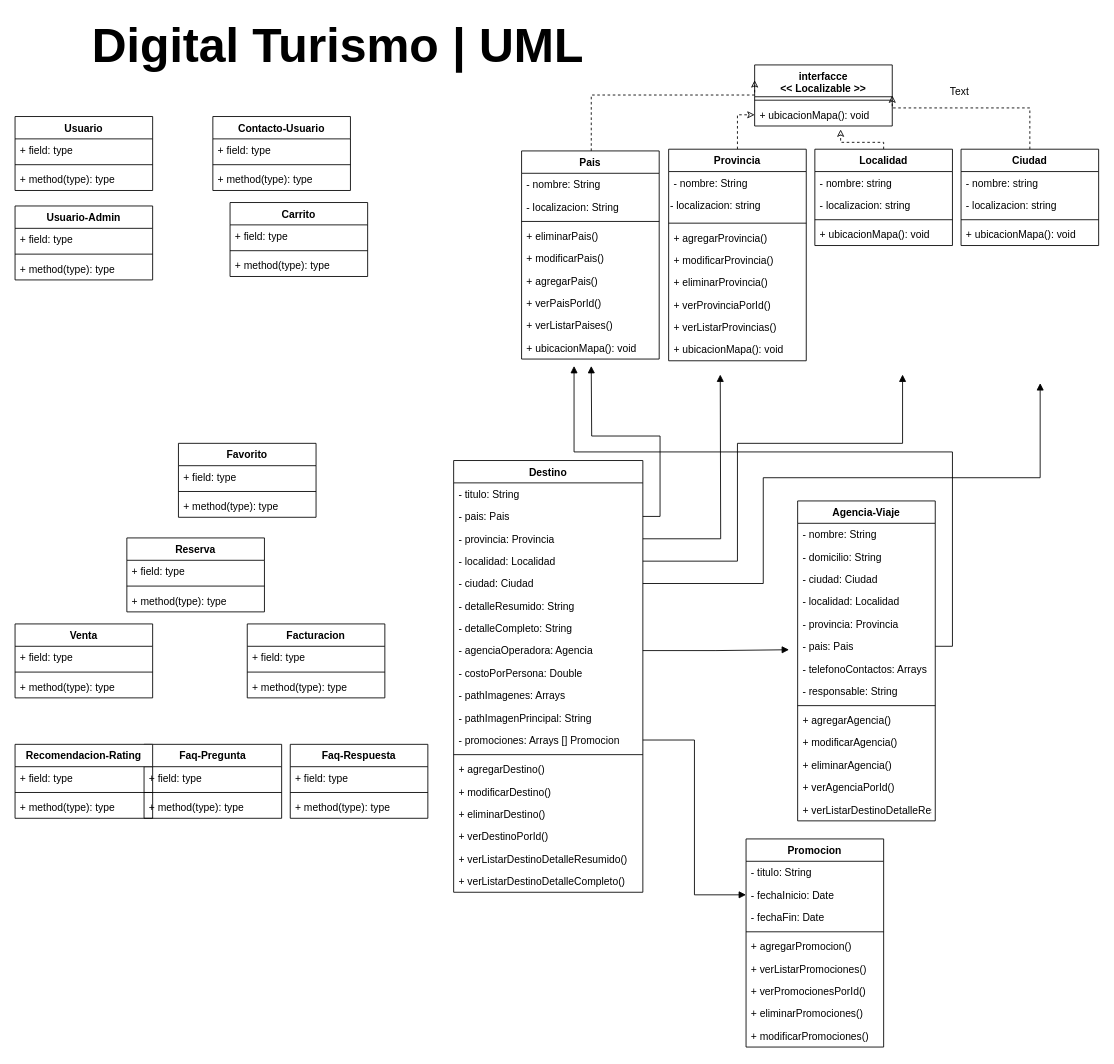
Earlier version of the draw.io diagram DigitalTurismo-UML-pabloSP.drawio (pablopetito/digitalturismo). Source tidied: cells renumbered, new cells numbered last; positions are measured from the earlier drawing's top-left corner, leaving out a move shared by most shapes. Both pictures are drawn from the tidied source at 86%, with x=0, y=0 at pixel (15, 15).
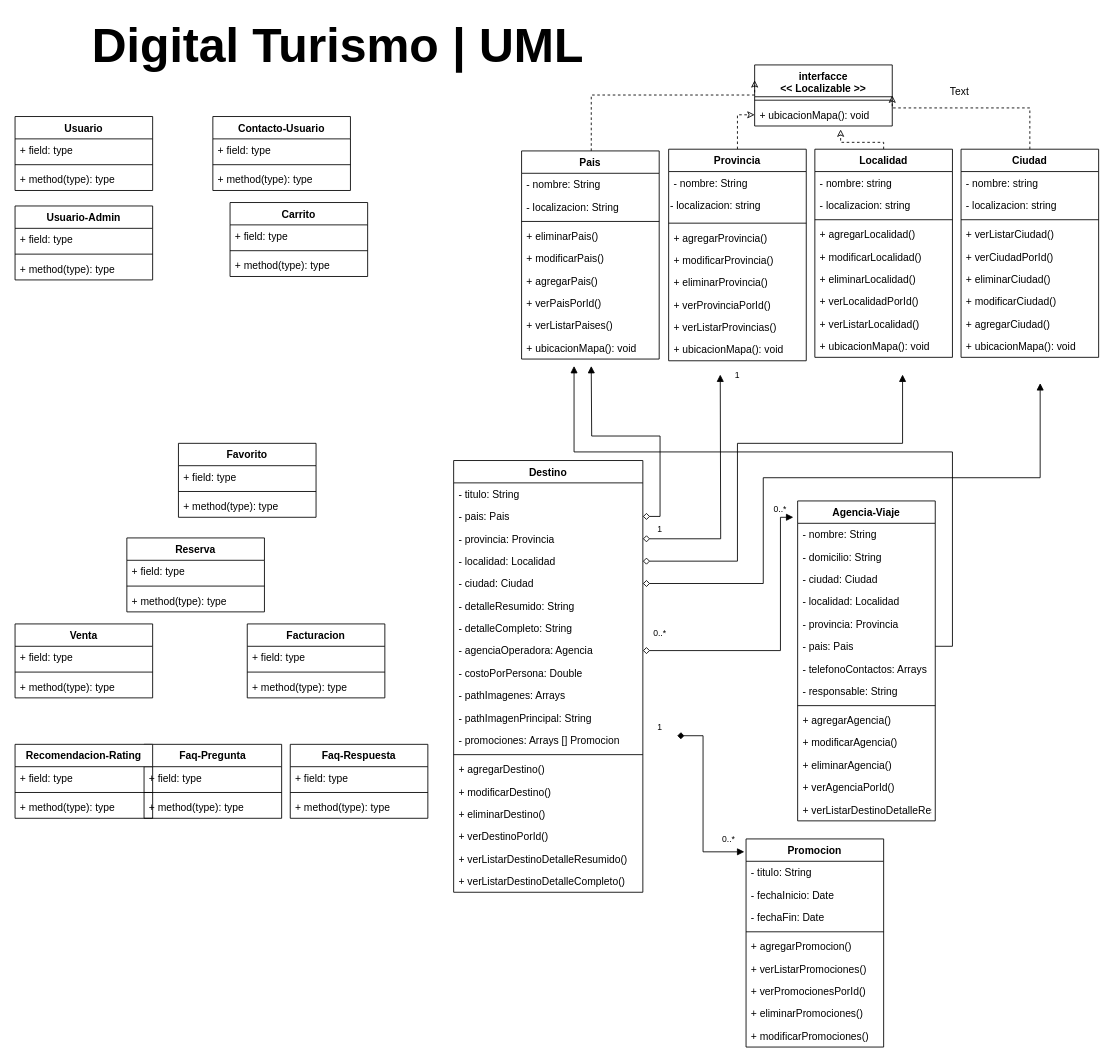
The same diagram, later.

The change refers to these unchanged cells:
```xml
<mxCell id="8" value="- pais: Pais" style="text;strokeColor=none;fillColor=none;align=left;verticalAlign=top;spacingLeft=4;spacingRight=4;overflow=hidden;points=[[0,0.5],[1,0.5]];portConstraint=eastwest;" parent="6" vertex="1">
  <mxGeometry y="52" width="220" height="26" as="geometry" />
</mxCell>
<mxCell id="9" value="- provincia: Provincia" style="text;strokeColor=none;fillColor=none;align=left;verticalAlign=top;spacingLeft=4;spacingRight=4;overflow=hidden;points=[[0,0.5],[1,0.5]];portConstraint=eastwest;" parent="6" vertex="1">
  <mxGeometry y="78" width="220" height="26" as="geometry" />
</mxCell>
<mxCell id="10" value="- localidad: Localidad" style="text;strokeColor=none;fillColor=none;align=left;verticalAlign=top;spacingLeft=4;spacingRight=4;overflow=hidden;points=[[0,0.5],[1,0.5]];portConstraint=eastwest;" parent="6" vertex="1">
  <mxGeometry y="104" width="220" height="26" as="geometry" />
</mxCell>
<mxCell id="11" value="- ciudad: Ciudad" style="text;strokeColor=none;fillColor=none;align=left;verticalAlign=top;spacingLeft=4;spacingRight=4;overflow=hidden;points=[[0,0.5],[1,0.5]];portConstraint=eastwest;" parent="6" vertex="1">
  <mxGeometry y="130" width="220" height="26" as="geometry" />
</mxCell>
<mxCell id="14" value="- agenciaOperadora: Agencia" style="text;strokeColor=none;fillColor=none;align=left;verticalAlign=top;spacingLeft=4;spacingRight=4;overflow=hidden;points=[[0,0.5],[1,0.5]];portConstraint=eastwest;" parent="6" vertex="1">
  <mxGeometry y="208" width="220" height="26" as="geometry" />
</mxCell>
<mxCell id="18" value="- promociones: Arrays [] Promocion" style="text;strokeColor=none;fillColor=none;align=left;verticalAlign=top;spacingLeft=4;spacingRight=4;overflow=hidden;points=[[0,0.5],[1,0.5]];portConstraint=eastwest;" parent="6" vertex="1">
  <mxGeometry y="312" width="220" height="26" as="geometry" />
</mxCell>
<mxCell id="47" value="Promocion" style="swimlane;fontStyle=1;align=center;verticalAlign=top;horizontal=1;startSize=26;" parent="1" vertex="1">
  <mxGeometry x="850" y="958" width="160" height="242" as="geometry" />
</mxCell>
<mxCell id="49" value="- fechaInicio: Date" style="text;strokeColor=none;fillColor=none;align=left;verticalAlign=top;spacingLeft=4;spacingRight=4;overflow=hidden;points=[[0,0.5],[1,0.5]];portConstraint=eastwest;" parent="47" vertex="1">
  <mxGeometry y="52" width="160" height="26" as="geometry" />
</mxCell>
<mxCell id="95" value="Agencia-Viaje" style="swimlane;fontStyle=1;align=center;verticalAlign=top;horizontal=1;startSize=26;fontSize=12;" parent="1" vertex="1">
  <mxGeometry x="910" y="565" width="160" height="372" as="geometry" />
</mxCell>
```

Change to the diagram source:
```diff
@@
     <mxCell id="27" value="Localidad" style="swimlane;fontStyle=1;align=center;verticalAlign=top;horizontal=1;startSize=26;" parent="1" vertex="1">
-      <mxGeometry x="930" y="156" width="160" height="112" as="geometry" />
+      <mxGeometry x="930" y="156" width="160" height="242" as="geometry" />
     </mxCell>
@@
+    <mxCell id="138" value="+ agregarLocalidad() " style="text;strokeColor=none;fillColor=none;align=left;verticalAlign=top;spacingLeft=4;spacingRight=4;overflow=hidden;" parent="27" vertex="1">
+      <mxGeometry y="86" width="160" height="26" as="geometry" />
+    </mxCell>
+    <mxCell id="139" value="+ modificarLocalidad() " style="text;strokeColor=none;fillColor=none;align=left;verticalAlign=top;spacingLeft=4;spacingRight=4;overflow=hidden;" parent="27" vertex="1">
+      <mxGeometry y="112" width="160" height="26" as="geometry" />
+    </mxCell>
+    <mxCell id="140" value="+ eliminarLocalidad() " style="text;strokeColor=none;fillColor=none;align=left;verticalAlign=top;spacingLeft=4;spacingRight=4;overflow=hidden;" parent="27" vertex="1">
+      <mxGeometry y="138" width="160" height="26" as="geometry" />
+    </mxCell>
+    <mxCell id="141" value="+ verLocalidadPorId() " style="text;strokeColor=none;fillColor=none;align=left;verticalAlign=top;spacingLeft=4;spacingRight=4;overflow=hidden;" parent="27" vertex="1">
+      <mxGeometry y="164" width="160" height="26" as="geometry" />
+    </mxCell>
+    <mxCell id="142" value="+ verListarLocalidad() " style="text;strokeColor=none;fillColor=none;align=left;verticalAlign=top;spacingLeft=4;spacingRight=4;overflow=hidden;" parent="27" vertex="1">
+      <mxGeometry y="190" width="160" height="26" as="geometry" />
+    </mxCell>
     <mxCell id="31" value="+ ubicacionMapa(): void" style="text;strokeColor=none;fillColor=none;align=left;verticalAlign=top;spacingLeft=4;spacingRight=4;overflow=hidden;" parent="27" vertex="1">
-      <mxGeometry y="86" width="160" height="26" as="geometry" />
+      <mxGeometry y="216" width="160" height="26" as="geometry" />
     </mxCell>
@@
     <mxCell id="125" value="Ciudad" style="swimlane;fontStyle=1;align=center;verticalAlign=top;horizontal=1;startSize=26;" parent="1" vertex="1">
-      <mxGeometry x="1100" y="156" width="160" height="112" as="geometry" />
+      <mxGeometry x="1100" y="156" width="160" height="242" as="geometry" />
     </mxCell>
@@
+    <mxCell id="143" value="+ verListarCiudad() " style="text;strokeColor=none;fillColor=none;align=left;verticalAlign=top;spacingLeft=4;spacingRight=4;overflow=hidden;" parent="125" vertex="1">
+      <mxGeometry y="86" width="160" height="26" as="geometry" />
+    </mxCell>
+    <mxCell id="144" value="+ verCiudadPorId() " style="text;strokeColor=none;fillColor=none;align=left;verticalAlign=top;spacingLeft=4;spacingRight=4;overflow=hidden;" parent="125" vertex="1">
+      <mxGeometry y="112" width="160" height="26" as="geometry" />
+    </mxCell>
+    <mxCell id="145" value="+ eliminarCiudad() " style="text;strokeColor=none;fillColor=none;align=left;verticalAlign=top;spacingLeft=4;spacingRight=4;overflow=hidden;" parent="125" vertex="1">
+      <mxGeometry y="138" width="160" height="26" as="geometry" />
+    </mxCell>
+    <mxCell id="146" value="+ modificarCiudad() " style="text;strokeColor=none;fillColor=none;align=left;verticalAlign=top;spacingLeft=4;spacingRight=4;overflow=hidden;" parent="125" vertex="1">
+      <mxGeometry y="164" width="160" height="26" as="geometry" />
+    </mxCell>
+    <mxCell id="147" value="+ agregarCiudad() " style="text;strokeColor=none;fillColor=none;align=left;verticalAlign=top;spacingLeft=4;spacingRight=4;overflow=hidden;" parent="125" vertex="1">
+      <mxGeometry y="190" width="160" height="26" as="geometry" />
+    </mxCell>
     <mxCell id="129" value="+ ubicacionMapa(): void" style="text;strokeColor=none;fillColor=none;align=left;verticalAlign=top;spacingLeft=4;spacingRight=4;overflow=hidden;" parent="125" vertex="1">
-      <mxGeometry y="86" width="160" height="26" as="geometry" />
+      <mxGeometry y="216" width="160" height="26" as="geometry" />
     </mxCell>
@@
-    <mxCell id="131" style="edgeStyle=orthogonalEdgeStyle;rounded=0;jettySize=auto;html=1;exitX=1;exitY=0.5;exitDx=0;exitDy=0;entryX=0;entryY=0.5;entryDx=0;entryDy=0;endArrow=block;endFill=1;" parent="1" edge="1" source="18" target="49">
-      <mxGeometry relative="1" as="geometry" />
-    </mxCell>
-    <mxCell id="132" style="edgeStyle=orthogonalEdgeStyle;rounded=0;jettySize=auto;html=1;endArrow=block;endFill=1;" parent="1" edge="1" source="8">
+    <mxCell id="132" style="edgeStyle=orthogonalEdgeStyle;rounded=0;jettySize=auto;html=1;endArrow=block;endFill=1;startArrow=diamond;startFill=0;" parent="1" edge="1" source="8">
       <mxGeometry relative="1" as="geometry">
         <mxPoint x="670" y="408" as="targetPoint" />
       </mxGeometry>
     </mxCell>
-    <mxCell id="133" style="edgeStyle=orthogonalEdgeStyle;rounded=0;jettySize=auto;html=1;endArrow=block;endFill=1;" parent="1" edge="1" source="9">
+    <mxCell id="133" style="edgeStyle=orthogonalEdgeStyle;rounded=0;jettySize=auto;html=1;endArrow=block;endFill=1;startArrow=diamond;startFill=0;" parent="1" edge="1" source="9">
       <mxGeometry relative="1" as="geometry">
         <mxPoint x="820" y="418" as="targetPoint" />
       </mxGeometry>
     </mxCell>
-    <mxCell id="134" style="edgeStyle=orthogonalEdgeStyle;rounded=0;jettySize=auto;html=1;endArrow=block;endFill=1;" parent="1" edge="1" source="10">
+    <mxCell id="134" style="edgeStyle=orthogonalEdgeStyle;rounded=0;jettySize=auto;html=1;endArrow=block;endFill=1;startArrow=diamond;startFill=0;" parent="1" edge="1" source="10">
       <mxGeometry relative="1" as="geometry">
         <mxPoint x="1032" y="418" as="targetPoint" />
         <Array as="points">
           <mxPoint x="840" y="635" />
           <mxPoint x="840" y="498" />
           <mxPoint x="1032" y="498" />
         </Array>
       </mxGeometry>
     </mxCell>
-    <mxCell id="135" style="edgeStyle=orthogonalEdgeStyle;rounded=0;jettySize=auto;html=1;endArrow=block;endFill=1;" parent="1" edge="1" source="11">
+    <mxCell id="135" style="edgeStyle=orthogonalEdgeStyle;rounded=0;jettySize=auto;html=1;endArrow=block;endFill=1;startArrow=diamond;startFill=0;" parent="1" edge="1" source="11">
       <mxGeometry relative="1" as="geometry">
         <mxPoint x="1192" y="428" as="targetPoint" />
         <Array as="points">
           <mxPoint x="870" y="661" />
           <mxPoint x="870" y="538" />
           <mxPoint x="1192" y="538" />
         </Array>
       </mxGeometry>
     </mxCell>
-    <mxCell id="136" style="edgeStyle=orthogonalEdgeStyle;rounded=0;jettySize=auto;html=1;endArrow=block;endFill=1;" parent="1" edge="1" source="14">
+    <mxCell id="136" style="edgeStyle=orthogonalEdgeStyle;rounded=0;jettySize=auto;html=1;endArrow=block;endFill=1;entryX=-0.031;entryY=0.051;entryDx=0;entryDy=0;entryPerimeter=0;startArrow=diamond;startFill=0;" parent="1" edge="1" source="14" target="95">
       <mxGeometry relative="1" as="geometry">
-        <mxPoint x="900" y="738" as="targetPoint" />
+        <Array as="points">
+          <mxPoint x="890" y="739" />
+          <mxPoint x="890" y="584" />
+        </Array>
       </mxGeometry>
     </mxCell>
@@
+    <mxCell id="148" style="edgeStyle=orthogonalEdgeStyle;rounded=0;jettySize=auto;html=1;entryX=-0.012;entryY=0.062;entryDx=0;entryDy=0;entryPerimeter=0;startArrow=diamond;startFill=1;endArrow=block;endFill=1;fontSize=10;" parent="1" edge="1" source="149" target="47">
+      <mxGeometry relative="1" as="geometry">
+        <Array as="points">
+          <mxPoint x="800" y="838" />
+          <mxPoint x="800" y="973" />
+        </Array>
+      </mxGeometry>
+    </mxCell>
+    <mxCell id="149" value="1" style="text;html=1;strokeColor=none;fillColor=none;align=center;verticalAlign=middle;whiteSpace=wrap;rounded=0;fontSize=10;" parent="1" vertex="1">
+      <mxGeometry x="730" y="818" width="40" height="20" as="geometry" />
+    </mxCell>
+    <mxCell id="150" value="0..*" style="text;html=1;strokeColor=none;fillColor=none;align=center;verticalAlign=middle;whiteSpace=wrap;rounded=0;fontSize=10;" parent="1" vertex="1">
+      <mxGeometry x="810" y="948" width="40" height="20" as="geometry" />
+    </mxCell>
+    <mxCell id="151" value="0..*" style="text;html=1;strokeColor=none;fillColor=none;align=center;verticalAlign=middle;whiteSpace=wrap;rounded=0;fontSize=10;" parent="1" vertex="1">
+      <mxGeometry x="730" y="709" width="40" height="20" as="geometry" />
+    </mxCell>
+    <mxCell id="152" value="0..*" style="text;html=1;strokeColor=none;fillColor=none;align=center;verticalAlign=middle;whiteSpace=wrap;rounded=0;fontSize=10;" parent="1" vertex="1">
+      <mxGeometry x="870" y="564" width="40" height="20" as="geometry" />
+    </mxCell>
+    <mxCell id="153" style="edgeStyle=orthogonalEdgeStyle;rounded=0;orthogonalLoop=1;jettySize=auto;html=1;exitX=0.5;exitY=1;exitDx=0;exitDy=0;startArrow=diamond;startFill=1;endArrow=block;endFill=1;fontSize=10;" parent="1" edge="1" source="149" target="149">
+      <mxGeometry relative="1" as="geometry" />
+    </mxCell>
+    <mxCell id="154" value="1" style="text;html=1;strokeColor=none;fillColor=none;align=center;verticalAlign=middle;whiteSpace=wrap;rounded=0;fontSize=10;" parent="1" vertex="1">
+      <mxGeometry x="730" y="588" width="40" height="20" as="geometry" />
+    </mxCell>
+    <mxCell id="155" value="1" style="text;html=1;strokeColor=none;fillColor=none;align=center;verticalAlign=middle;whiteSpace=wrap;rounded=0;fontSize=10;" parent="1" vertex="1">
+      <mxGeometry x="820" y="408" width="40" height="20" as="geometry" />
+    </mxCell>
```
